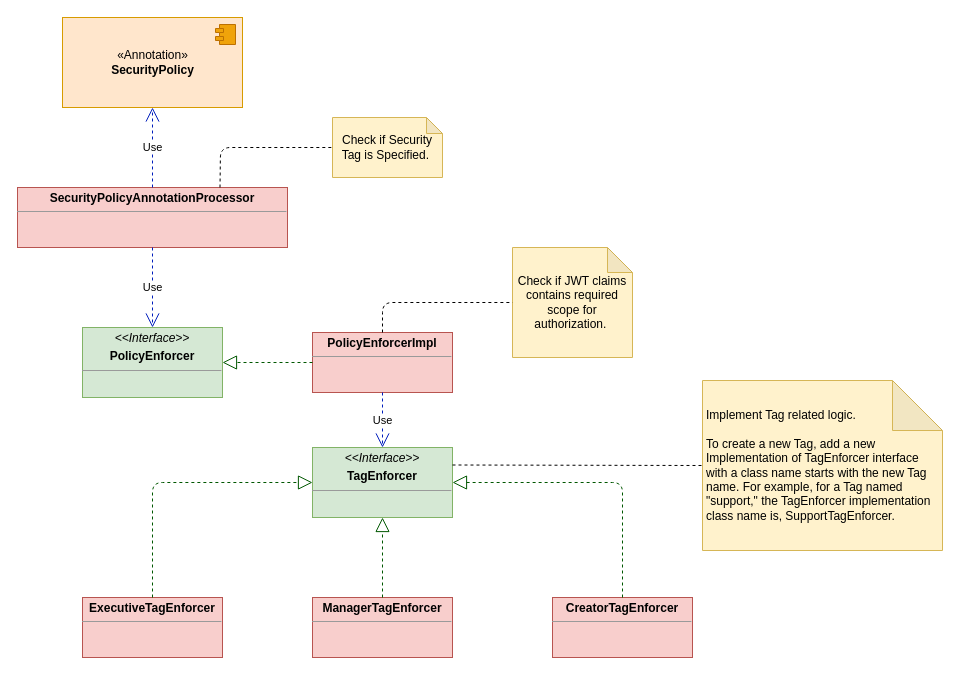
ripplejb/document_manager keeps this draw.io diagram as Authorization.drawio. Above is the earlier version. Source tidied: cells renumbered, new cells numbered last; positions are measured from the earlier drawing's top-left corner, leaving out a move shared by most shapes. Both pictures are drawn from the tidied source at 100%, with x=0, y=0 at pixel (17, 17).
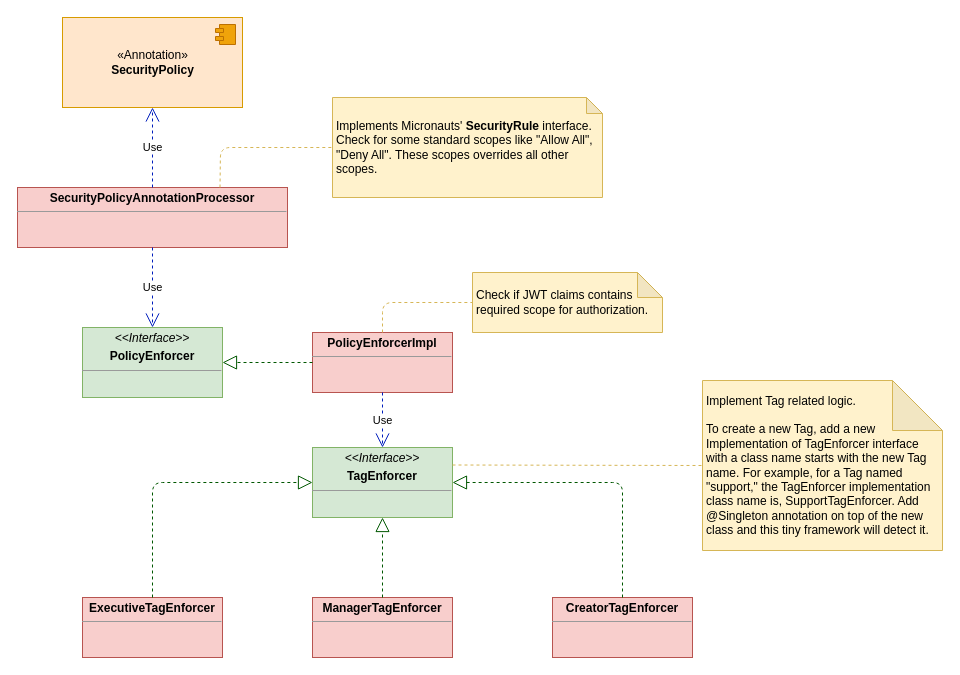
The same page after the edit.

Commit message (it also covers changes not shown here):
Some more changes to the description in the UML.

Unchanged cells that the change refers to:
```xml
<mxCell id="2" value="&lt;p style=&quot;margin: 0px ; margin-top: 4px ; text-align: center&quot;&gt;&lt;b&gt;SecurityPolicyAnnotationProcessor&lt;/b&gt;&lt;br&gt;&lt;/p&gt;&lt;hr size=&quot;1&quot;&gt;&lt;div style=&quot;height: 2px&quot;&gt;&lt;/div&gt;" style="verticalAlign=top;align=left;overflow=fill;fontSize=12;fontFamily=Helvetica;html=1;fillColor=#f8cecc;strokeColor=#b85450;" parent="1" vertex="1">
  <mxGeometry y="170" width="270" height="60" as="geometry" />
</mxCell>
<mxCell id="7" value="&lt;p style=&quot;margin: 0px ; margin-top: 4px ; text-align: center&quot;&gt;&lt;b&gt;PolicyEnforcerImpl&lt;/b&gt;&lt;/p&gt;&lt;hr size=&quot;1&quot;&gt;&lt;div style=&quot;height: 2px&quot;&gt;&lt;/div&gt;" style="verticalAlign=top;align=left;overflow=fill;fontSize=12;fontFamily=Helvetica;html=1;fillColor=#f8cecc;strokeColor=#b85450;" parent="1" vertex="1">
  <mxGeometry x="295" y="315" width="140" height="60" as="geometry" />
</mxCell>
<mxCell id="9" value="&lt;p style=&quot;margin: 0px ; margin-top: 4px ; text-align: center&quot;&gt;&lt;i&gt;&amp;lt;&amp;lt;Interface&amp;gt;&amp;gt;&lt;/i&gt;&lt;/p&gt;&lt;p style=&quot;margin: 0px ; margin-top: 4px ; text-align: center&quot;&gt;&lt;b&gt;TagEnforcer&lt;/b&gt;&lt;/p&gt;&lt;hr size=&quot;1&quot;&gt;&lt;div style=&quot;height: 2px&quot;&gt;&lt;/div&gt;" style="verticalAlign=top;align=left;overflow=fill;fontSize=12;fontFamily=Helvetica;html=1;fillColor=#d5e8d4;strokeColor=#82b366;" parent="1" vertex="1">
  <mxGeometry x="295" y="430" width="140" height="70" as="geometry" />
</mxCell>
```

What changed in the source:
```diff
@@
-    <mxCell id="18" value="Check if Security Tag is Specified.&amp;nbsp;" style="shape=note;whiteSpace=wrap;html=1;backgroundOutline=1;darkOpacity=0.05;size=16;fillColor=#fff2cc;strokeColor=#d6b656;" parent="1" vertex="1">
-      <mxGeometry x="315" y="100" width="110" height="60" as="geometry" />
+    <mxCell id="18" value="Implements Micronauts'&amp;nbsp;&lt;b&gt;SecurityRule&lt;/b&gt; interface.&lt;br&gt;Check for some standard scopes like &quot;Allow All&quot;, &quot;Deny All&quot;. These scopes overrides all other scopes." style="shape=note;whiteSpace=wrap;html=1;backgroundOutline=1;darkOpacity=0.05;size=16;fillColor=#fff2cc;strokeColor=#d6b656;align=left;spacingLeft=2;gradientColor=none;" parent="1" vertex="1">
+      <mxGeometry x="315" y="80" width="270" height="100" as="geometry" />
     </mxCell>
-    <mxCell id="19" style="endArrow=none;dashed=1;html=1;exitX=0.75;exitY=0;exitDx=0;exitDy=0;entryX=0;entryY=0.5;entryDx=0;entryDy=0;entryPerimeter=0;" parent="1" edge="1" source="2" target="18">
+    <mxCell id="19" style="endArrow=none;dashed=1;html=1;exitX=0.75;exitY=0;exitDx=0;exitDy=0;entryX=0;entryY=0.5;entryDx=0;entryDy=0;entryPerimeter=0;fillColor=#fff2cc;strokeColor=#d6b656;" parent="1" edge="1" source="2" target="18">
       <mxGeometry relative="1" as="geometry">
         <Array as="points">
           <mxPoint x="203" y="130" />
         </Array>
       </mxGeometry>
     </mxCell>
-    <mxCell id="20" value="Check if JWT claims contains required scope for authorization.&amp;nbsp;" style="shape=note;whiteSpace=wrap;html=1;backgroundOutline=1;darkOpacity=0.05;size=25;fillColor=#fff2cc;strokeColor=#d6b656;" parent="1" vertex="1">
-      <mxGeometry x="495" y="230" width="120" height="110" as="geometry" />
+    <mxCell id="20" value="Check if JWT claims contains required scope for authorization.&amp;nbsp;" style="shape=note;whiteSpace=wrap;html=1;backgroundOutline=1;darkOpacity=0.05;size=25;fillColor=#fff2cc;strokeColor=#d6b656;align=left;spacingLeft=2;" parent="1" vertex="1">
+      <mxGeometry x="455" y="255" width="190" height="60" as="geometry" />
     </mxCell>
-    <mxCell id="21" style="endArrow=none;dashed=1;html=1;exitX=0.5;exitY=0;exitDx=0;exitDy=0;entryX=0;entryY=0.5;entryDx=0;entryDy=0;entryPerimeter=0;" parent="1" edge="1" source="7" target="20">
+    <mxCell id="21" style="endArrow=none;dashed=1;html=1;exitX=0.5;exitY=0;exitDx=0;exitDy=0;entryX=0;entryY=0.5;entryDx=0;entryDy=0;entryPerimeter=0;fillColor=#fff2cc;strokeColor=#d6b656;" parent="1" edge="1" source="7" target="20">
       <mxGeometry relative="1" as="geometry">
         <Array as="points">
           <mxPoint x="365" y="285" />
         </Array>
       </mxGeometry>
     </mxCell>
-    <mxCell id="22" value="&lt;div&gt;Implement Tag related logic.&lt;/div&gt;&lt;div&gt;&lt;br&gt;&lt;/div&gt;&lt;div&gt;To create a new Tag, add a new Implementation of TagEnforcer interface with a class name starts with the new Tag name. For example, for a Tag named &quot;support,&quot; the TagEnforcer implementation class name is, SupportTagEnforcer.&lt;/div&gt;" style="shape=note;whiteSpace=wrap;html=1;backgroundOutline=1;darkOpacity=0.05;size=50;fillColor=#fff2cc;strokeColor=#d6b656;perimeterSpacing=0;align=left;spacingLeft=2;" parent="1" vertex="1">
+    <mxCell id="22" value="&lt;div&gt;Implement Tag related logic.&lt;/div&gt;&lt;div&gt;&lt;br&gt;&lt;/div&gt;&lt;div&gt;To create a new Tag, add a new Implementation of TagEnforcer interface with a class name starts with the new Tag name. For example, for a Tag named &quot;support,&quot; the TagEnforcer implementation class name is, SupportTagEnforcer. Add @Singleton annotation on top of the new class and this tiny framework will detect it.&lt;/div&gt;" style="shape=note;whiteSpace=wrap;html=1;backgroundOutline=1;darkOpacity=0.05;size=50;fillColor=#fff2cc;strokeColor=#d6b656;perimeterSpacing=0;align=left;spacingLeft=2;" parent="1" vertex="1">
       <mxGeometry x="685" y="363" width="240" height="170" as="geometry" />
     </mxCell>
-    <mxCell id="23" style="endArrow=none;dashed=1;html=1;entryX=0;entryY=0.5;entryDx=0;entryDy=0;entryPerimeter=0;exitX=1;exitY=0.25;exitDx=0;exitDy=0;" parent="1" edge="1" source="9" target="22">
+    <mxCell id="23" style="endArrow=none;dashed=1;html=1;entryX=0;entryY=0.5;entryDx=0;entryDy=0;entryPerimeter=0;exitX=1;exitY=0.25;exitDx=0;exitDy=0;fillColor=#fff2cc;strokeColor=#d6b656;" parent="1" edge="1" source="9" target="22">
       <mxGeometry relative="1" as="geometry" />
     </mxCell>
```
